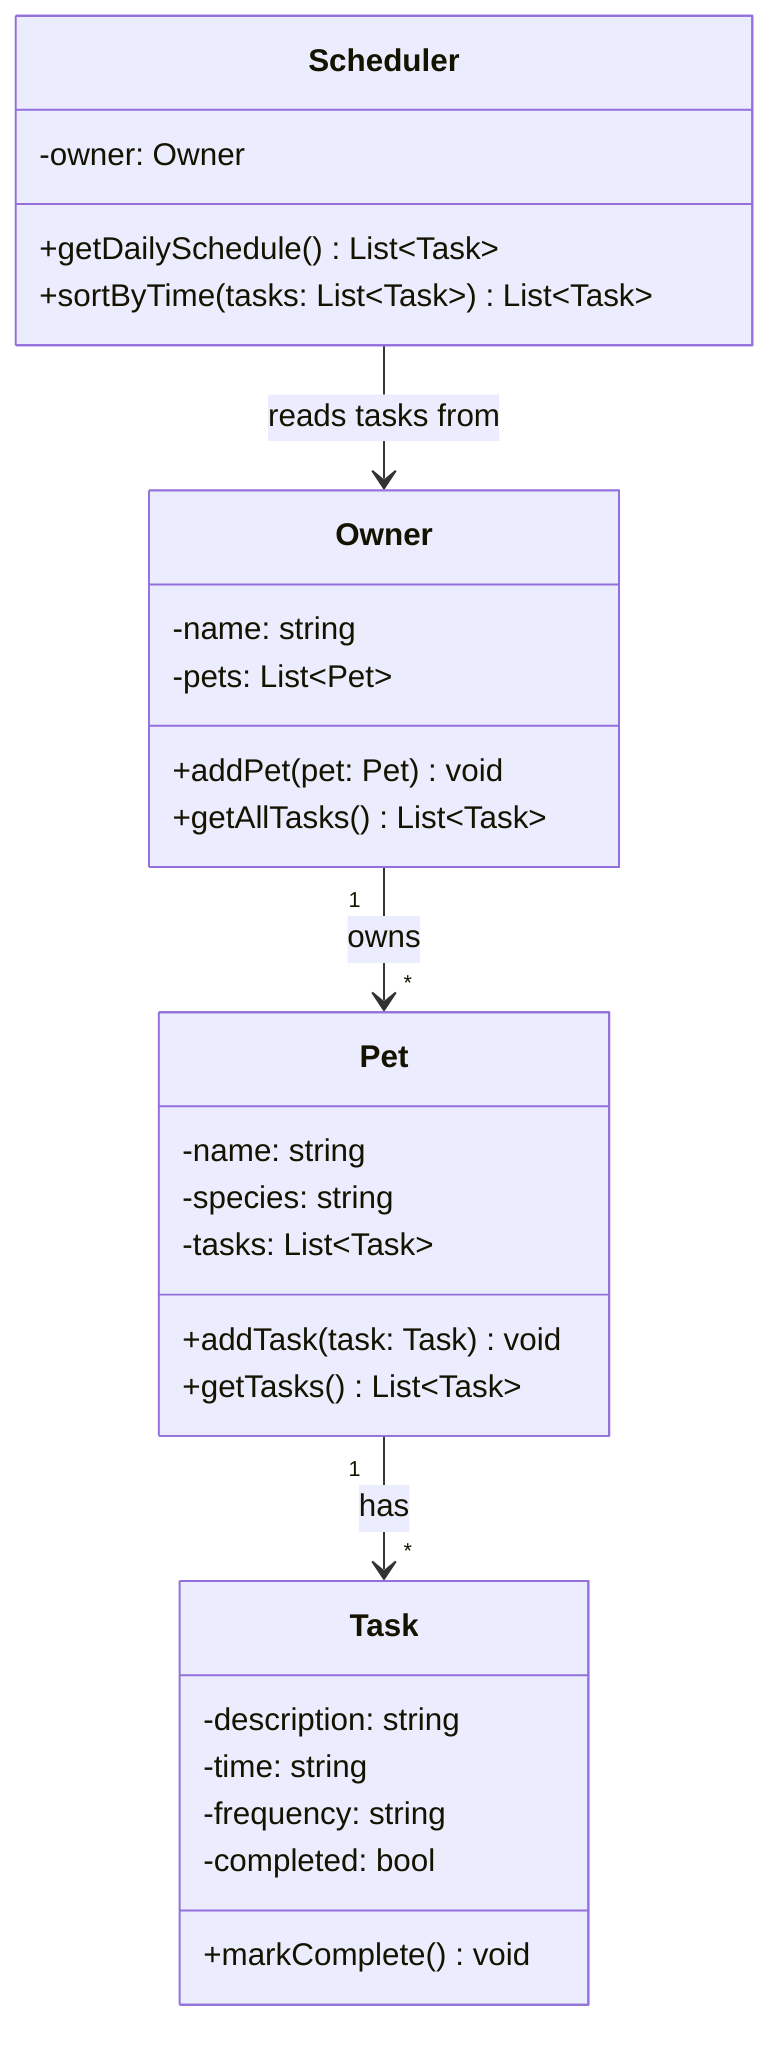
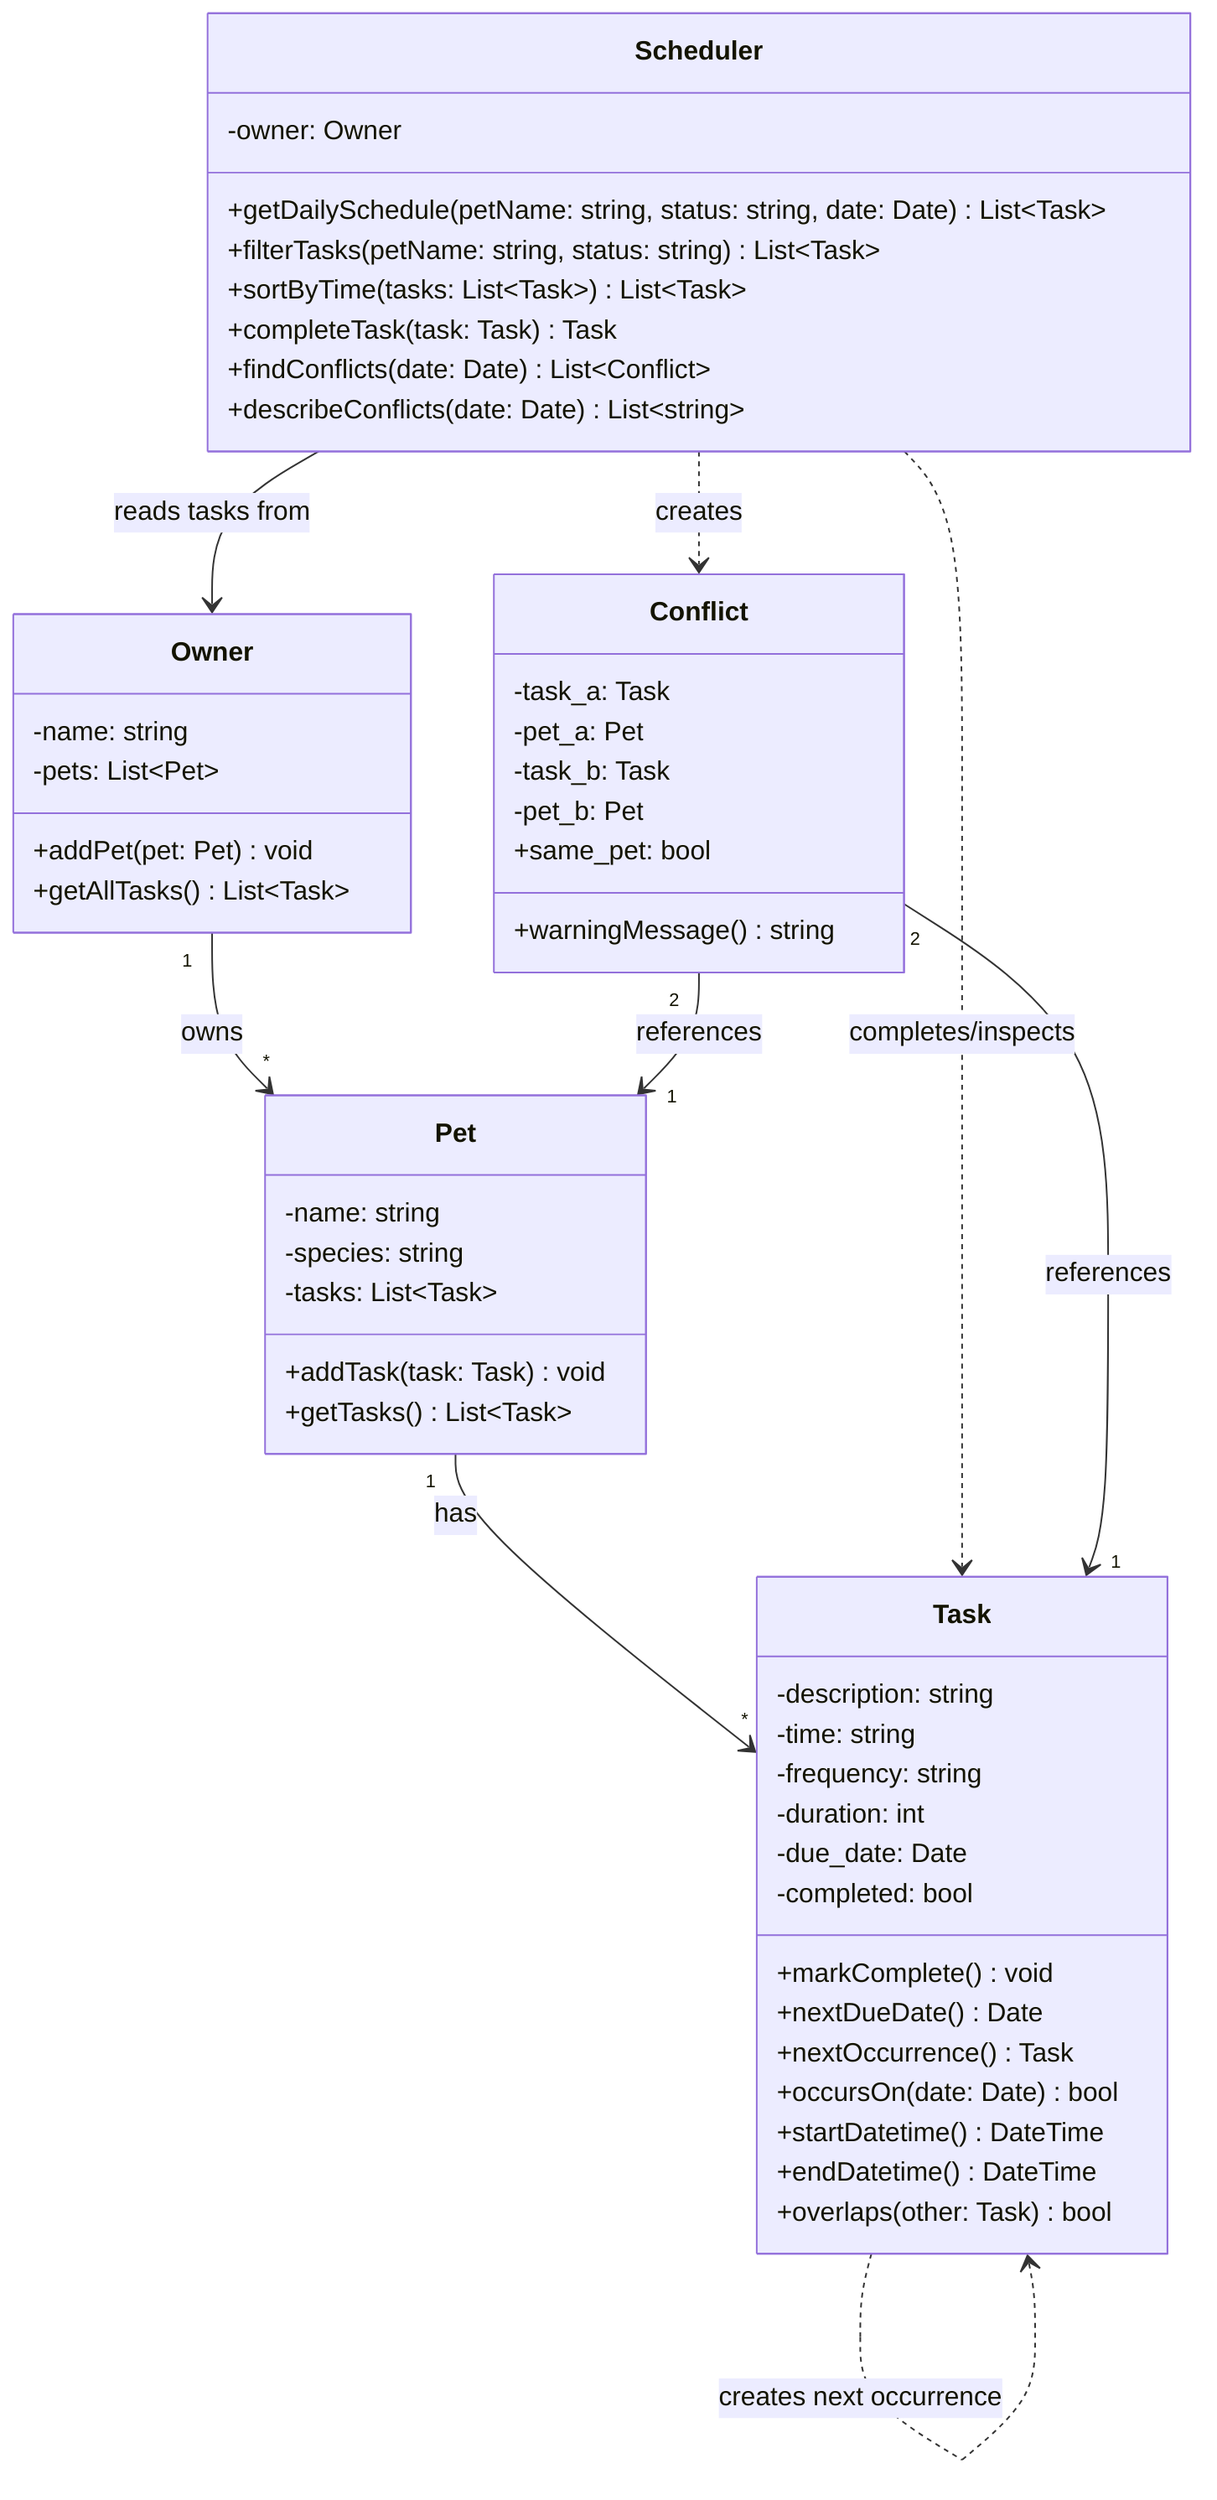
classDiagram
    class Owner {
        -name: string
        -pets: List~Pet~
        +addPet(pet: Pet) void
        +getAllTasks() List~Task~
    }

    class Pet {
        -name: string
        -species: string
        -tasks: List~Task~
        +addTask(task: Task) void
        +getTasks() List~Task~
    }

    class Task {
        -description: string
        -time: string
        -frequency: string
+         -duration: int
+         -due_date: Date
        -completed: bool
        +markComplete() void
+         +nextDueDate() Date
+         +nextOccurrence() Task
+         +occursOn(date: Date) bool
+         +startDatetime() DateTime
+         +endDatetime() DateTime
+         +overlaps(other: Task) bool
+     }
+ 
+     class Conflict {
+         -task_a: Task
+         -pet_a: Pet
+         -task_b: Task
+         -pet_b: Pet
+         +same_pet: bool
+         +warningMessage() string
    }

    class Scheduler {
        -owner: Owner
-         +getDailySchedule() List~Task~
+         +getDailySchedule(petName: string, status: string, date: Date) List~Task~
+         +filterTasks(petName: string, status: string) List~Task~
        +sortByTime(tasks: List~Task~) List~Task~
+         +completeTask(task: Task) Task
+         +findConflicts(date: Date) List~Conflict~
+         +describeConflicts(date: Date) List~string~
    }

    Owner "1" --> "*" Pet : owns
    Pet "1" --> "*" Task : has
-     Scheduler --> Owner : reads tasks from+     Scheduler --> Owner : reads tasks from
+     Scheduler ..> Task : completes/inspects
+     Scheduler ..> Conflict : creates
+     Conflict "2" --> "1" Task : references
+     Conflict "2" --> "1" Pet : references
+     Task ..> Task : creates next occurrence